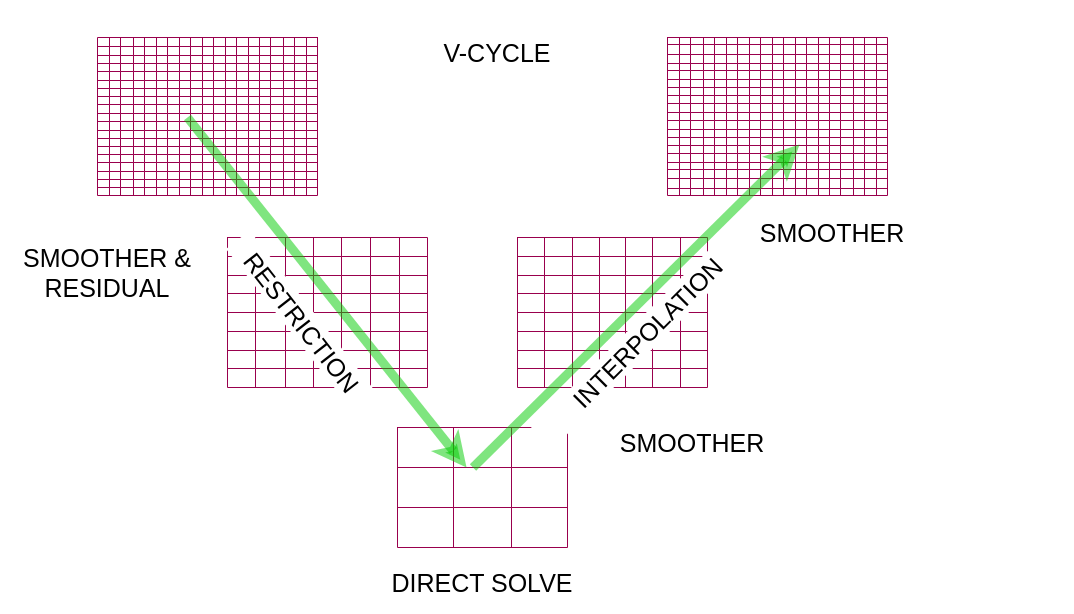
Above: AMGLEARN7.drawio in SohaYusuf/diagrams (draw.io), before the change. Source tidied: cells renumbered, new cells numbered last; positions are measured from the earlier drawing's top-left corner, leaving out a move shared by most shapes. Both pictures are drawn from the tidied source at 100%, with x=0, y=0 at pixel (17, 17).
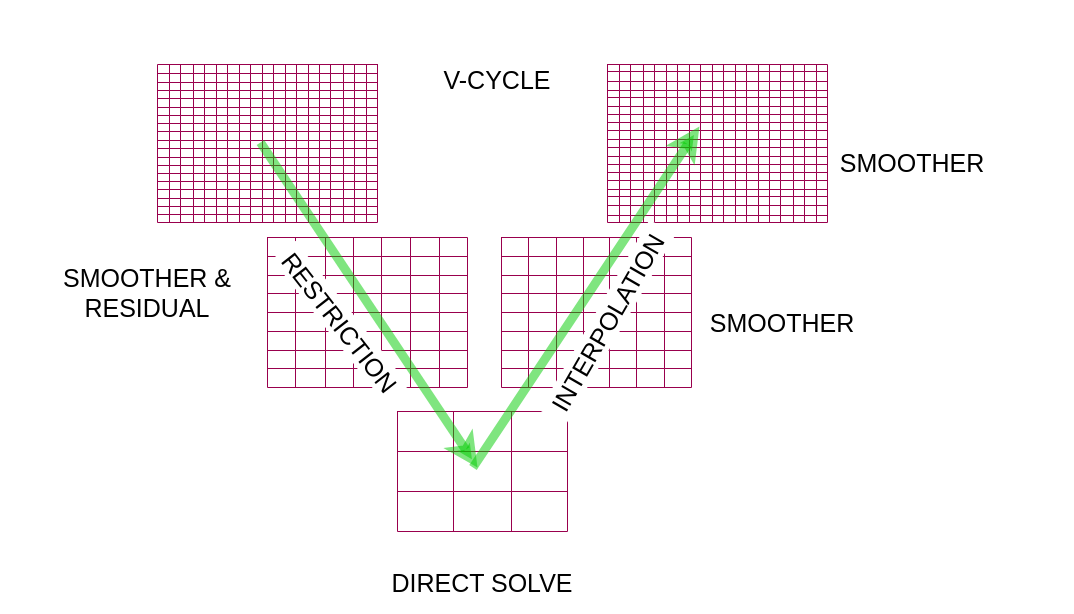
The same page after the edit.

The change refers to these unchanged cells:
```xml
<mxCell id="163" style="shape=tableRow;horizontal=0;startSize=0;swimlaneHead=0;swimlaneBody=0;strokeColor=light-dark(#99004D,#FACEFF);top=0;left=0;bottom=0;right=0;fillColor=none;points=[[0,0.5],[1,0.5]];portConstraint=eastwest;fontSize=25;" parent="2" vertex="1">
  <mxGeometry y="67" width="220" height="9" as="geometry" />
</mxCell>
<mxCell id="453" style="shape=tableRow;horizontal=0;startSize=0;swimlaneHead=0;swimlaneBody=0;strokeColor=light-dark(#99004D,#FACEFF);top=0;left=0;bottom=0;right=0;fillColor=none;points=[[0,0.5],[1,0.5]];portConstraint=eastwest;fontSize=25;" parent="448" vertex="1">
  <mxGeometry y="40" width="170" height="40" as="geometry" />
</mxCell>
<mxCell id="687" style="shape=tableRow;horizontal=0;startSize=0;swimlaneHead=0;swimlaneBody=0;strokeColor=light-dark(#99004D,#FACEFF);top=0;left=0;bottom=0;right=0;fillColor=none;points=[[0,0.5],[1,0.5]];portConstraint=eastwest;fontSize=25;" parent="526" vertex="1">
  <mxGeometry y="66" width="220" height="9" as="geometry" />
</mxCell>
<mxCell id="787" style="shape=tableRow;horizontal=0;startSize=0;swimlaneHead=0;swimlaneBody=0;strokeColor=light-dark(#99004D,#FACEFF);top=0;left=0;bottom=0;right=0;fillColor=none;points=[[0,0.5],[1,0.5]];portConstraint=eastwest;fontSize=25;" parent="526" vertex="1">
  <mxGeometry y="108" width="220" height="8" as="geometry" />
</mxCell>
```

Diff of the diagram source:
```diff
@@
     <mxCell id="2" style="shape=table;startSize=0;childLayout=tableLayout;fontSize=25;strokeColor=light-dark(#99004D,#FACEFF);direction=north;flipV=1;flipH=1;" parent="1" vertex="1">
-      <mxGeometry x="80" y="20" width="220" height="158" as="geometry" />
+      <mxGeometry x="140" y="47" width="220" height="158" as="geometry" />
     </mxCell>
@@
     <mxCell id="383" style="shape=table;startSize=0;childLayout=tableLayout;fontSize=25;strokeColor=light-dark(#99004D,#FACEFF);" parent="1" vertex="1">
-      <mxGeometry x="210" y="220" width="200" height="150" as="geometry" />
+      <mxGeometry x="250" y="220" width="200" height="150" as="geometry" />
     </mxCell>
@@
     <mxCell id="448" style="shape=table;startSize=0;childLayout=tableLayout;fontSize=25;strokeColor=light-dark(#99004D,#FACEFF);" parent="1" vertex="1">
-      <mxGeometry x="380" y="410" width="170" height="120" as="geometry" />
+      <mxGeometry x="380" y="394" width="170" height="120" as="geometry" />
     </mxCell>
@@
     <mxCell id="461" style="shape=table;startSize=0;childLayout=tableLayout;fontSize=25;strokeColor=light-dark(#99004D,#FACEFF);" parent="1" vertex="1">
-      <mxGeometry x="500" y="220" width="190" height="150" as="geometry" />
+      <mxGeometry x="484" y="220" width="190" height="150" as="geometry" />
     </mxCell>
@@
     <mxCell id="526" style="shape=table;startSize=0;childLayout=tableLayout;fontSize=25;strokeColor=light-dark(#99004D,#FACEFF);" parent="1" vertex="1">
-      <mxGeometry x="650" y="20" width="220" height="158" as="geometry" />
+      <mxGeometry x="590" y="47" width="220" height="158" as="geometry" />
     </mxCell>
@@
-    <mxCell id="907" style="endArrow=classic;html=1;rounded=0;strokeWidth=9;strokeColor=#00CC00;curved=0;opacity=50;jumpStyle=gap;jumpSize=9;fontSize=25;" parent="1" edge="1" target="453">
+    <mxCell id="907" style="endArrow=classic;html=1;rounded=0;strokeWidth=9;strokeColor=#00CC00;curved=0;opacity=50;jumpStyle=gap;jumpSize=9;fontSize=25;exitX=0.468;exitY=1.222;exitDx=0;exitDy=0;exitPerimeter=0;" parent="1" edge="1" source="163">
       <mxGeometry relative="1" as="geometry">
-        <mxPoint x="170" y="100" as="sourcePoint" />
+        <mxPoint x="460" y="450" as="targetPoint" />
       </mxGeometry>
     </mxCell>
-    <mxCell id="908" style="endArrow=classic;html=1;rounded=0;strokeWidth=9;strokeColor=#00CC00;curved=0;opacity=50;jumpStyle=gap;jumpSize=9;entryX=0.6;entryY=-0.125;entryDx=0;entryDy=0;entryPerimeter=0;fontSize=25;" parent="1" edge="1" target="787">
+    <mxCell id="908" style="endArrow=classic;html=1;rounded=0;strokeWidth=9;strokeColor=#00CC00;curved=0;opacity=50;jumpStyle=gap;jumpSize=9;entryX=0.418;entryY=-0.444;entryDx=0;entryDy=0;entryPerimeter=0;fontSize=25;" parent="1" edge="1" target="687">
       <mxGeometry relative="1" as="geometry">
         <mxPoint x="455.5" y="450" as="sourcePoint" />
       </mxGeometry>
     </mxCell>
     <mxCell id="909" value="V-CYCLE" style="text;html=1;align=center;verticalAlign=middle;whiteSpace=wrap;rounded=0;fontSize=25;" parent="1" vertex="1">
-      <mxGeometry x="390" width="180" height="70" as="geometry" />
+      <mxGeometry x="390" y="27" width="180" height="70" as="geometry" />
     </mxCell>
     <mxCell id="910" value="RESTRICTION" style="text;html=1;align=center;verticalAlign=middle;whiteSpace=wrap;rounded=0;rotation=52;fillColor=default;fontSize=25;" parent="1" vertex="1">
-      <mxGeometry x="180" y="290" width="210" height="30" as="geometry" />
+      <mxGeometry x="231" y="290" width="184" height="30" as="geometry" />
     </mxCell>
-    <mxCell id="911" value="INTERPOLATION" style="text;html=1;align=center;verticalAlign=middle;whiteSpace=wrap;rounded=0;rotation=-45;fillColor=default;fontSize=25;" parent="1" vertex="1">
-      <mxGeometry x="480" y="300" width="300" height="30" as="geometry" />
+    <mxCell id="911" value="INTERPOLATION" style="text;html=1;align=center;verticalAlign=middle;whiteSpace=wrap;rounded=0;rotation=-60;fillColor=default;fontSize=25;" parent="1" vertex="1">
+      <mxGeometry x="480" y="290" width="220" height="30" as="geometry" />
     </mxCell>
@@
     <mxCell id="913" value="SMOOTHER" style="text;html=1;align=center;verticalAlign=middle;whiteSpace=wrap;rounded=0;fontSize=25;" parent="1" vertex="1">
-      <mxGeometry x="670" y="200" width="290" height="30" as="geometry" />
+      <mxGeometry x="750" y="130" width="290" height="30" as="geometry" />
     </mxCell>
     <mxCell id="914" value="SMOOTHER" style="text;html=1;align=center;verticalAlign=middle;whiteSpace=wrap;rounded=0;fontSize=25;" parent="1" vertex="1">
-      <mxGeometry x="530" y="410" width="290" height="30" as="geometry" />
+      <mxGeometry x="620" y="290" width="290" height="30" as="geometry" />
     </mxCell>
     <mxCell id="915" value="SMOOTHER &amp;amp; RESIDUAL" style="text;html=1;align=center;verticalAlign=middle;whiteSpace=wrap;rounded=0;fontSize=25;" parent="1" vertex="1">
-      <mxGeometry y="240" width="180" height="30" as="geometry" />
+      <mxGeometry x="40" y="260" width="180" height="30" as="geometry" />
     </mxCell>
```
